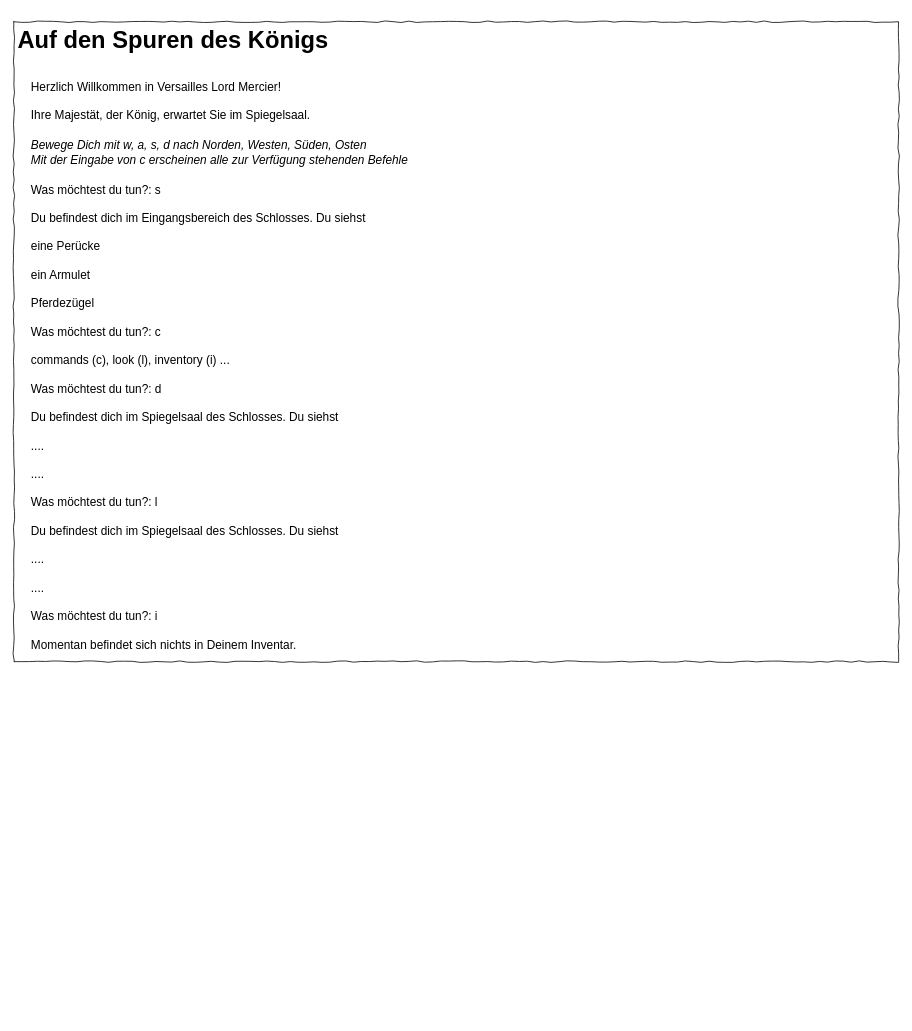
This is Abschlussarbeit/Konzeption/ui-scribble.drawio from Vivian-Wolf/SoftwaredesignMIB4, a draw.io file, before an edit. Source tidied: cells renumbered, new cells numbered last; positions are measured from the earlier drawing's top-left corner, leaving out a move shared by most shapes. Both pictures are drawn from the tidied source at 79%, with x=0, y=0 at pixel (13, 21).
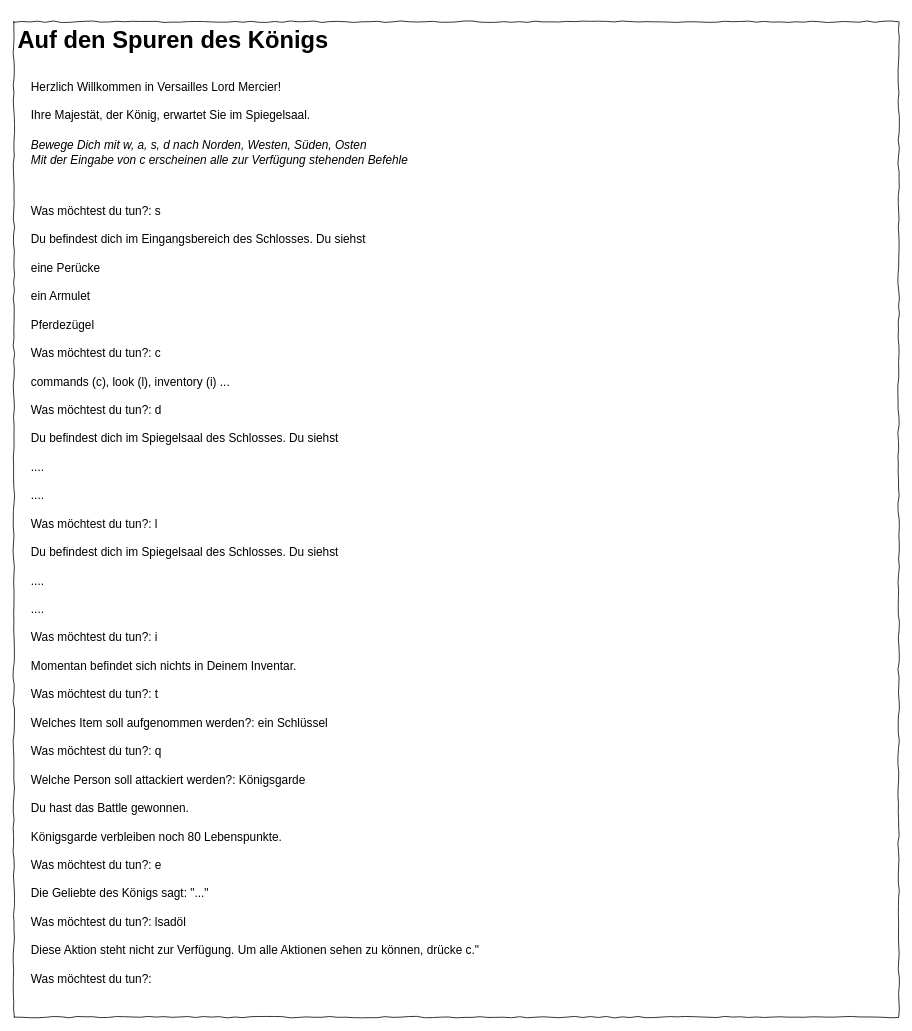
Above is the later version.

Change to the diagram source:
```diff
@@
 <mxGraphModel>
   <root>
     <mxCell id="0" />
     <mxCell id="1" parent="0" />
     <mxCell id="2" value="&lt;div style=&quot;text-align: left&quot;&gt;&lt;br&gt;&lt;/div&gt;" style="rounded=0;whiteSpace=wrap;html=1;shadow=0;glass=0;comic=1;strokeColor=#000000;labelPosition=center;verticalLabelPosition=middle;align=left;verticalAlign=top;absoluteArcSize=1;arcSize=50;" parent="1" vertex="1">
-      <mxGeometry width="1120" height="810" as="geometry" />
+      <mxGeometry width="1120" height="1260" as="geometry" />
     </mxCell>
     <mxCell id="3" value="&lt;h1&gt;&lt;font style=&quot;font-size: 30px&quot;&gt;Auf den Spuren des Königs&lt;/font&gt;&lt;/h1&gt;" style="text;html=1;strokeColor=none;fillColor=none;spacing=5;spacingTop=-20;whiteSpace=wrap;overflow=hidden;rounded=0;" parent="1" vertex="1">
       <mxGeometry width="1120" height="50" as="geometry" />
     </mxCell>
     <mxCell id="4" value="&lt;font style=&quot;font-size: 15px&quot;&gt;Herzlich Willkommen in Versailles Lord Mercier!&lt;br&gt;&lt;br&gt;Ihre Majestät, der König, erwartet Sie im Spiegelsaal.&lt;/font&gt;" style="text;html=1;strokeColor=none;fillColor=none;align=left;verticalAlign=middle;whiteSpace=wrap;rounded=0;" parent="1" vertex="1">
       <mxGeometry x="20" y="60" width="400" height="80" as="geometry" />
     </mxCell>
     <mxCell id="5" value="&lt;div style=&quot;font-size: 15px&quot;&gt;&lt;i&gt;&lt;font style=&quot;font-size: 15px&quot;&gt;Bewege Dich mit w, a, s, d nach Norden, Westen, Süden, Osten&lt;/font&gt;&lt;/i&gt;&lt;/div&gt;&lt;i style=&quot;font-size: 15px&quot;&gt;&lt;div&gt;&lt;i&gt;&lt;font style=&quot;font-size: 15px&quot;&gt;Mit der Eingabe von c erscheinen alle zur Verfügung stehenden Befehle&lt;/font&gt;&lt;/i&gt;&lt;/div&gt;&lt;/i&gt;" style="text;html=1;strokeColor=none;fillColor=none;align=left;verticalAlign=middle;whiteSpace=wrap;rounded=0;" parent="1" vertex="1">
       <mxGeometry x="20" y="130" width="530" height="70" as="geometry" />
     </mxCell>
-    <mxCell id="6" value="&lt;div style=&quot;font-size: 15px&quot;&gt;&lt;font style=&quot;font-size: 15px&quot;&gt;Was möchtest du tun?: s&lt;/font&gt;&lt;/div&gt;&lt;div style=&quot;font-size: 15px&quot;&gt;&lt;font style=&quot;font-size: 15px&quot;&gt;&lt;br&gt;&lt;/font&gt;&lt;/div&gt;&lt;div style=&quot;font-size: 15px&quot;&gt;&lt;span&gt;&lt;font style=&quot;font-size: 15px&quot;&gt;Du befindest dich im Eingangsbereich des Schlosses. Du siehst&lt;/font&gt;&lt;/span&gt;&lt;/div&gt;&lt;div style=&quot;font-size: 15px&quot;&gt;&lt;font style=&quot;font-size: 15px&quot;&gt;&lt;br&gt;&lt;/font&gt;&lt;/div&gt;&lt;div style=&quot;font-size: 15px&quot;&gt;&lt;span&gt;&lt;font style=&quot;font-size: 15px&quot;&gt;eine Perücke&lt;/font&gt;&lt;/span&gt;&lt;/div&gt;&lt;div style=&quot;font-size: 15px&quot;&gt;&lt;font style=&quot;font-size: 15px&quot;&gt;&lt;br&gt;&lt;/font&gt;&lt;/div&gt;&lt;div style=&quot;font-size: 15px&quot;&gt;&lt;span&gt;&lt;font style=&quot;font-size: 15px&quot;&gt;ein Armulet&lt;/font&gt;&lt;/span&gt;&lt;/div&gt;&lt;div style=&quot;font-size: 15px&quot;&gt;&lt;font style=&quot;font-size: 15px&quot;&gt;&lt;br&gt;&lt;/font&gt;&lt;/div&gt;&lt;div style=&quot;font-size: 15px&quot;&gt;&lt;span&gt;&lt;font style=&quot;font-size: 15px&quot;&gt;Pferdezügel&lt;/font&gt;&lt;/span&gt;&lt;/div&gt;&lt;div style=&quot;font-size: 15px&quot;&gt;&lt;font style=&quot;font-size: 15px&quot;&gt;&lt;br&gt;&lt;/font&gt;&lt;/div&gt;&lt;div style=&quot;font-size: 15px&quot;&gt;&lt;span&gt;&lt;font style=&quot;font-size: 15px&quot;&gt;Was möchtest du tun?: c&lt;/font&gt;&lt;/span&gt;&lt;/div&gt;&lt;div style=&quot;font-size: 15px&quot;&gt;&lt;font style=&quot;font-size: 15px&quot;&gt;&lt;br&gt;&lt;/font&gt;&lt;/div&gt;&lt;div style=&quot;font-size: 15px&quot;&gt;&lt;span&gt;&lt;font style=&quot;font-size: 15px&quot;&gt;commands (c), look (l), inventory (i) ...&lt;/font&gt;&lt;/span&gt;&lt;/div&gt;&lt;div style=&quot;font-size: 15px&quot;&gt;&lt;font style=&quot;font-size: 15px&quot;&gt;&lt;br&gt;&lt;/font&gt;&lt;/div&gt;&lt;div style=&quot;font-size: 15px&quot;&gt;&lt;span&gt;&lt;font style=&quot;font-size: 15px&quot;&gt;Was möchtest du tun?: d&lt;/font&gt;&lt;/span&gt;&lt;/div&gt;&lt;div style=&quot;font-size: 15px&quot;&gt;&lt;font style=&quot;font-size: 15px&quot;&gt;&lt;br&gt;&lt;/font&gt;&lt;/div&gt;&lt;div style=&quot;font-size: 15px&quot;&gt;&lt;span&gt;&lt;font style=&quot;font-size: 15px&quot;&gt;Du befindest dich im Spiegelsaal des Schlosses. Du siehst&lt;/font&gt;&lt;/span&gt;&lt;/div&gt;&lt;div style=&quot;font-size: 15px&quot;&gt;&lt;font style=&quot;font-size: 15px&quot;&gt;&lt;br&gt;&lt;/font&gt;&lt;/div&gt;&lt;div style=&quot;font-size: 15px&quot;&gt;&lt;span&gt;&lt;font style=&quot;font-size: 15px&quot;&gt;....&lt;/font&gt;&lt;/span&gt;&lt;/div&gt;&lt;div style=&quot;font-size: 15px&quot;&gt;&lt;font style=&quot;font-size: 15px&quot;&gt;&lt;br&gt;&lt;/font&gt;&lt;/div&gt;&lt;div style=&quot;font-size: 15px&quot;&gt;&lt;span&gt;&lt;font style=&quot;font-size: 15px&quot;&gt;....&lt;/font&gt;&lt;/span&gt;&lt;/div&gt;&lt;div style=&quot;font-size: 15px&quot;&gt;&lt;font style=&quot;font-size: 15px&quot;&gt;&lt;br&gt;&lt;/font&gt;&lt;/div&gt;&lt;div style=&quot;font-size: 15px&quot;&gt;&lt;span&gt;&lt;font style=&quot;font-size: 15px&quot;&gt;Was möchtest du tun?: l&lt;/font&gt;&lt;/span&gt;&lt;/div&gt;&lt;div style=&quot;font-size: 15px&quot;&gt;&lt;font style=&quot;font-size: 15px&quot;&gt;&lt;br&gt;&lt;/font&gt;&lt;/div&gt;&lt;div style=&quot;font-size: 15px&quot;&gt;&lt;span&gt;&lt;font style=&quot;font-size: 15px&quot;&gt;Du befindest dich im Spiegelsaal des Schlosses. Du siehst&lt;/font&gt;&lt;/span&gt;&lt;/div&gt;&lt;div style=&quot;font-size: 15px&quot;&gt;&lt;font style=&quot;font-size: 15px&quot;&gt;&lt;br&gt;&lt;/font&gt;&lt;/div&gt;&lt;div style=&quot;font-size: 15px&quot;&gt;&lt;span&gt;&lt;font style=&quot;font-size: 15px&quot;&gt;....&lt;/font&gt;&lt;/span&gt;&lt;/div&gt;&lt;div style=&quot;font-size: 15px&quot;&gt;&lt;font style=&quot;font-size: 15px&quot;&gt;&lt;br&gt;&lt;/font&gt;&lt;/div&gt;&lt;div style=&quot;font-size: 15px&quot;&gt;&lt;span&gt;&lt;font style=&quot;font-size: 15px&quot;&gt;....&lt;/font&gt;&lt;/span&gt;&lt;/div&gt;&lt;div style=&quot;font-size: 15px&quot;&gt;&lt;span&gt;&lt;font style=&quot;font-size: 15px&quot;&gt;&lt;br&gt;&lt;/font&gt;&lt;/span&gt;&lt;/div&gt;&lt;div style=&quot;font-size: 15px&quot;&gt;&lt;font style=&quot;font-size: 15px&quot;&gt;Was möchtest du tun?: i&lt;br&gt;&lt;br&gt;Momentan befindet sich nichts in Deinem Inventar.&lt;/font&gt;&lt;/div&gt;" style="text;html=1;strokeColor=none;fillColor=none;align=left;verticalAlign=middle;whiteSpace=wrap;rounded=0;" parent="1" vertex="1">
-      <mxGeometry x="20" y="200" width="580" height="600" as="geometry" />
+    <mxCell id="6" value="&lt;div style=&quot;font-size: 15px&quot;&gt;&lt;font style=&quot;font-size: 15px&quot;&gt;Was möchtest du tun?: s&lt;/font&gt;&lt;/div&gt;&lt;div style=&quot;font-size: 15px&quot;&gt;&lt;font style=&quot;font-size: 15px&quot;&gt;&lt;br&gt;&lt;/font&gt;&lt;/div&gt;&lt;div style=&quot;font-size: 15px&quot;&gt;&lt;span&gt;&lt;font style=&quot;font-size: 15px&quot;&gt;Du befindest dich im Eingangsbereich des Schlosses. Du siehst&lt;/font&gt;&lt;/span&gt;&lt;/div&gt;&lt;div style=&quot;font-size: 15px&quot;&gt;&lt;font style=&quot;font-size: 15px&quot;&gt;&lt;br&gt;&lt;/font&gt;&lt;/div&gt;&lt;div style=&quot;font-size: 15px&quot;&gt;&lt;span&gt;&lt;font style=&quot;font-size: 15px&quot;&gt;eine Perücke&lt;/font&gt;&lt;/span&gt;&lt;/div&gt;&lt;div style=&quot;font-size: 15px&quot;&gt;&lt;font style=&quot;font-size: 15px&quot;&gt;&lt;br&gt;&lt;/font&gt;&lt;/div&gt;&lt;div style=&quot;font-size: 15px&quot;&gt;&lt;span&gt;&lt;font style=&quot;font-size: 15px&quot;&gt;ein Armulet&lt;/font&gt;&lt;/span&gt;&lt;/div&gt;&lt;div style=&quot;font-size: 15px&quot;&gt;&lt;font style=&quot;font-size: 15px&quot;&gt;&lt;br&gt;&lt;/font&gt;&lt;/div&gt;&lt;div style=&quot;font-size: 15px&quot;&gt;&lt;span&gt;&lt;font style=&quot;font-size: 15px&quot;&gt;Pferdezügel&lt;/font&gt;&lt;/span&gt;&lt;/div&gt;&lt;div style=&quot;font-size: 15px&quot;&gt;&lt;font style=&quot;font-size: 15px&quot;&gt;&lt;br&gt;&lt;/font&gt;&lt;/div&gt;&lt;div style=&quot;font-size: 15px&quot;&gt;&lt;span&gt;&lt;font style=&quot;font-size: 15px&quot;&gt;Was möchtest du tun?: c&lt;/font&gt;&lt;/span&gt;&lt;/div&gt;&lt;div style=&quot;font-size: 15px&quot;&gt;&lt;font style=&quot;font-size: 15px&quot;&gt;&lt;br&gt;&lt;/font&gt;&lt;/div&gt;&lt;div style=&quot;font-size: 15px&quot;&gt;&lt;span&gt;&lt;font style=&quot;font-size: 15px&quot;&gt;commands (c), look (l), inventory (i) ...&lt;/font&gt;&lt;/span&gt;&lt;/div&gt;&lt;div style=&quot;font-size: 15px&quot;&gt;&lt;font style=&quot;font-size: 15px&quot;&gt;&lt;br&gt;&lt;/font&gt;&lt;/div&gt;&lt;div style=&quot;font-size: 15px&quot;&gt;&lt;span&gt;&lt;font style=&quot;font-size: 15px&quot;&gt;Was möchtest du tun?: d&lt;/font&gt;&lt;/span&gt;&lt;/div&gt;&lt;div style=&quot;font-size: 15px&quot;&gt;&lt;font style=&quot;font-size: 15px&quot;&gt;&lt;br&gt;&lt;/font&gt;&lt;/div&gt;&lt;div style=&quot;font-size: 15px&quot;&gt;&lt;span&gt;&lt;font style=&quot;font-size: 15px&quot;&gt;Du befindest dich im Spiegelsaal des Schlosses. Du siehst&lt;/font&gt;&lt;/span&gt;&lt;/div&gt;&lt;div style=&quot;font-size: 15px&quot;&gt;&lt;font style=&quot;font-size: 15px&quot;&gt;&lt;br&gt;&lt;/font&gt;&lt;/div&gt;&lt;div style=&quot;font-size: 15px&quot;&gt;&lt;span&gt;&lt;font style=&quot;font-size: 15px&quot;&gt;....&lt;/font&gt;&lt;/span&gt;&lt;/div&gt;&lt;div style=&quot;font-size: 15px&quot;&gt;&lt;font style=&quot;font-size: 15px&quot;&gt;&lt;br&gt;&lt;/font&gt;&lt;/div&gt;&lt;div style=&quot;font-size: 15px&quot;&gt;&lt;span&gt;&lt;font style=&quot;font-size: 15px&quot;&gt;....&lt;/font&gt;&lt;/span&gt;&lt;/div&gt;&lt;div style=&quot;font-size: 15px&quot;&gt;&lt;font style=&quot;font-size: 15px&quot;&gt;&lt;br&gt;&lt;/font&gt;&lt;/div&gt;&lt;div style=&quot;font-size: 15px&quot;&gt;&lt;span&gt;&lt;font style=&quot;font-size: 15px&quot;&gt;Was möchtest du tun?: l&lt;/font&gt;&lt;/span&gt;&lt;/div&gt;&lt;div style=&quot;font-size: 15px&quot;&gt;&lt;font style=&quot;font-size: 15px&quot;&gt;&lt;br&gt;&lt;/font&gt;&lt;/div&gt;&lt;div style=&quot;font-size: 15px&quot;&gt;&lt;span&gt;&lt;font style=&quot;font-size: 15px&quot;&gt;Du befindest dich im Spiegelsaal des Schlosses. Du siehst&lt;/font&gt;&lt;/span&gt;&lt;/div&gt;&lt;div style=&quot;font-size: 15px&quot;&gt;&lt;font style=&quot;font-size: 15px&quot;&gt;&lt;br&gt;&lt;/font&gt;&lt;/div&gt;&lt;div style=&quot;font-size: 15px&quot;&gt;&lt;span&gt;&lt;font style=&quot;font-size: 15px&quot;&gt;....&lt;/font&gt;&lt;/span&gt;&lt;/div&gt;&lt;div style=&quot;font-size: 15px&quot;&gt;&lt;font style=&quot;font-size: 15px&quot;&gt;&lt;br&gt;&lt;/font&gt;&lt;/div&gt;&lt;div style=&quot;font-size: 15px&quot;&gt;&lt;span&gt;&lt;font style=&quot;font-size: 15px&quot;&gt;....&lt;/font&gt;&lt;/span&gt;&lt;/div&gt;&lt;div style=&quot;font-size: 15px&quot;&gt;&lt;span&gt;&lt;font style=&quot;font-size: 15px&quot;&gt;&lt;br&gt;&lt;/font&gt;&lt;/span&gt;&lt;/div&gt;&lt;div style=&quot;font-size: 15px&quot;&gt;&lt;font style=&quot;font-size: 15px&quot;&gt;Was möchtest du tun?: i&lt;br&gt;&lt;br&gt;Momentan befindet sich nichts in Deinem Inventar.&lt;/font&gt;&lt;/div&gt;&lt;font style=&quot;font-size: 15px&quot;&gt;&lt;br&gt;Was möchtest du tun?: t&lt;br&gt;&lt;br&gt;Welches Item soll aufgenommen werden?: ein Schlüssel&lt;br&gt;&lt;br&gt;Was möchtest du tun?: q&lt;br&gt;&lt;br&gt;Welche Person soll attackiert werden?: Königsgarde&lt;br&gt;&lt;br&gt;&lt;/font&gt;&lt;div style=&quot;font-size: 15px&quot;&gt;&lt;font style=&quot;font-size: 15px&quot;&gt;Du hast das Battle gewonnen.&lt;/font&gt;&lt;/div&gt;&lt;div style=&quot;font-size: 15px&quot;&gt;&lt;font style=&quot;font-size: 15px&quot;&gt;&lt;br&gt;&lt;/font&gt;&lt;/div&gt;&lt;div style=&quot;font-size: 15px&quot;&gt;&lt;font style=&quot;font-size: 15px&quot;&gt;Königsgarde verbleiben noch 80 Lebenspunkte.&lt;/font&gt;&lt;/div&gt;&lt;div style=&quot;font-size: 15px&quot;&gt;&lt;font style=&quot;font-size: 15px&quot;&gt;&lt;br&gt;&lt;/font&gt;&lt;/div&gt;&lt;div style=&quot;font-size: 15px&quot;&gt;&lt;div&gt;&lt;font style=&quot;font-size: 15px&quot;&gt;Was möchtest du tun?: e&lt;br&gt;&lt;br&gt;Die Geliebte des Königs sagt: &quot;...&quot;&lt;/font&gt;&lt;/div&gt;&lt;div&gt;&lt;font style=&quot;font-size: 15px&quot;&gt;&lt;br&gt;&lt;/font&gt;&lt;/div&gt;&lt;div&gt;&lt;font style=&quot;font-size: 15px&quot;&gt;Was möchtest du tun?: lsadöl&lt;br&gt;&lt;br&gt;Diese Aktion steht nicht zur Verfügung. Um alle Aktionen sehen zu können, drücke c.&quot;&lt;/font&gt;&lt;/div&gt;&lt;div&gt;&lt;font style=&quot;font-size: 15px&quot;&gt;&lt;br&gt;&lt;/font&gt;&lt;/div&gt;&lt;div&gt;&lt;font style=&quot;font-size: 15px&quot;&gt;Was möchtest du tun?:&amp;nbsp;&lt;/font&gt;&lt;br&gt;&lt;/div&gt;&lt;span style=&quot;font-size: 15px&quot;&gt;&lt;/span&gt;&lt;/div&gt;" style="text;html=1;strokeColor=none;fillColor=none;align=left;verticalAlign=middle;whiteSpace=wrap;rounded=0;" parent="1" vertex="1">
+      <mxGeometry x="20" y="200" width="720" height="1050" as="geometry" />
     </mxCell>
   </root>
 </mxGraphModel>
```
